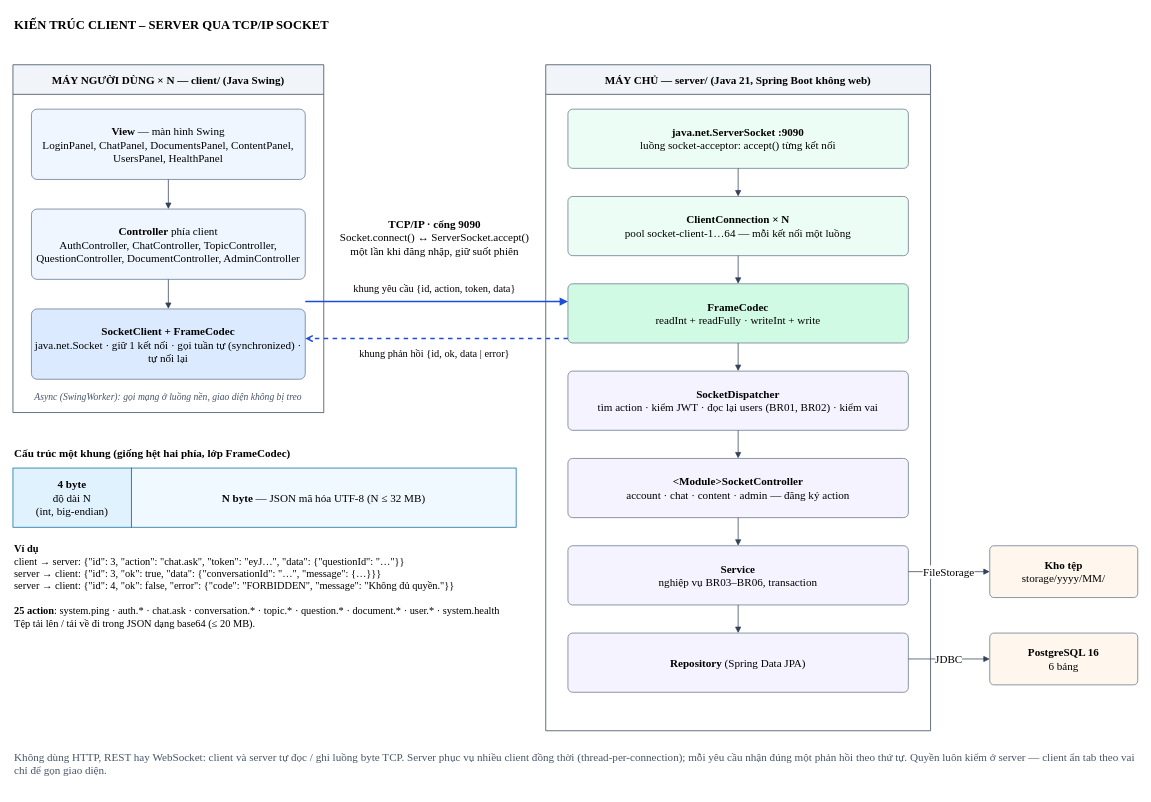
hominhduc-dev/So-Tay-Sinh-Vien-CNTT-DAU keeps this draw.io diagram as page "Kiến trúc TCP socket" (7 of 56) of docs/diagrams/so-do-he-thong.drawio. Above is the earlier version. Source tidied: cells renumbered, new cells numbered last; positions are measured from the earlier drawing's top-left corner, leaving out a move shared by most shapes. Both pictures are drawn from the tidied source at 74%, with x=0, y=0 at pixel (13, 13).
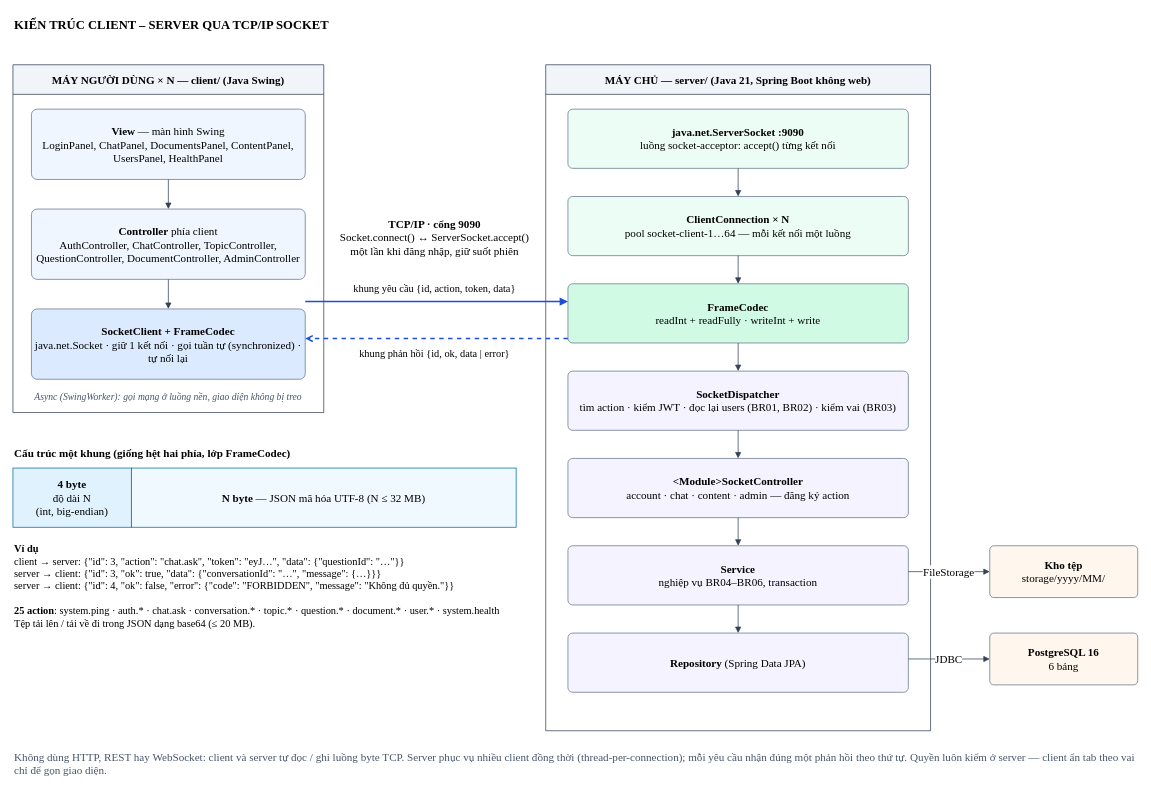
Above is the later version.

Commit message (it also covers changes not shown here):
Bổ sung đầy đủ sơ đồ UML và đặc tả 17 use case

Diff of the diagram source:
```diff
@@
-    <mxCell id="16" value="&lt;b&gt;SocketDispatcher&lt;/b&gt;&lt;br&gt;tìm action · kiểm JWT · đọc lại users (BR01, BR02) · kiểm vai" style="rounded=1;arcSize=8;strokeColor=#64748b;fillColor=#f5f3ff;html=1;whiteSpace=wrap;fontFamily=Times New Roman;fontSize=15;" parent="1" vertex="1">
+    <mxCell id="16" value="&lt;b&gt;SocketDispatcher&lt;/b&gt;&lt;br&gt;tìm action · kiểm JWT · đọc lại users (BR01, BR02) · kiểm vai (BR03)" style="rounded=1;arcSize=8;strokeColor=#64748b;fillColor=#f5f3ff;html=1;whiteSpace=wrap;fontFamily=Times New Roman;fontSize=15;" parent="1" vertex="1">
       <mxGeometry x="750" y="484" width="460" height="80" as="geometry" />
     </mxCell>
@@
-    <mxCell id="20" value="&lt;b&gt;Service&lt;/b&gt;&lt;br&gt;nghiệp vụ BR03–BR06, transaction" style="rounded=1;arcSize=8;strokeColor=#64748b;fillColor=#f5f3ff;html=1;whiteSpace=wrap;fontFamily=Times New Roman;fontSize=15;" parent="1" vertex="1">
+    <mxCell id="20" value="&lt;b&gt;Service&lt;/b&gt;&lt;br&gt;nghiệp vụ BR04–BR06, transaction" style="rounded=1;arcSize=8;strokeColor=#64748b;fillColor=#f5f3ff;html=1;whiteSpace=wrap;fontFamily=Times New Roman;fontSize=15;" parent="1" vertex="1">
       <mxGeometry x="750" y="720" width="460" height="80" as="geometry" />
     </mxCell>
```
